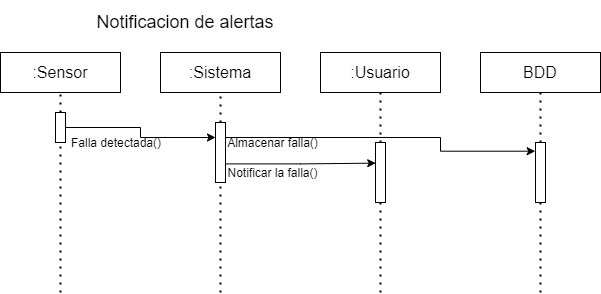
The draw.io diagram img/DiagramaDeSecuencia/IniciarSesion.drawio.png in EduardoCollazoR/AnalisisAvanzDeSoft, before a commit. Source tidied: cells renumbered, new cells last; positions are measured from the earlier drawing's top-left corner, leaving out a move shared by most shapes.
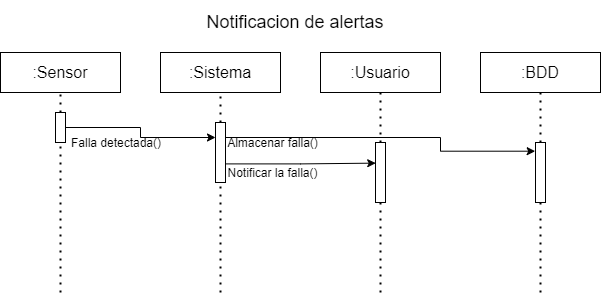
Above is the later version.

Diff of the diagram source:
```diff
@@ -9,7 +9,7 @@
       <mxGeometry x="320" y="50" width="120" height="40" as="geometry" />
     </mxCell>
     <mxCell id="4" value="Notificacion de alertas" style="text;html=1;strokeColor=none;fillColor=none;align=center;verticalAlign=middle;whiteSpace=wrap;rounded=0;fontSize=18;strokeWidth=4;" parent="1" vertex="1">
-      <mxGeometry x="70" width="230" height="40" as="geometry" />
+      <mxGeometry x="180" width="230" height="40" as="geometry" />
     </mxCell>
     <mxCell id="5" style="endArrow=none;dashed=1;html=1;dashPattern=1 3;strokeWidth=2;entryX=0.5;entryY=1;entryDx=0;entryDy=0;" parent="1" edge="1" source="9" target="2">
       <mxGeometry relative="1" as="geometry" />
@@ -62,7 +62,7 @@
     <mxCell id="16" value="Falla detectada()" style="text;html=1;strokeColor=none;fillColor=none;align=center;verticalAlign=middle;whiteSpace=wrap;rounded=0;" parent="1" vertex="1">
       <mxGeometry x="65" y="130" width="102" height="20" as="geometry" />
     </mxCell>
-    <mxCell id="17" value="BDD" style="rounded=0;whiteSpace=wrap;html=1;fontSize=16;" parent="1" vertex="1">
+    <mxCell id="17" value=":BDD" style="rounded=0;whiteSpace=wrap;html=1;fontSize=16;" parent="1" vertex="1">
       <mxGeometry x="480" y="50" width="120" height="40" as="geometry" />
     </mxCell>
     <mxCell id="18" style="rounded=0;whiteSpace=wrap;html=1;" parent="1" vertex="1">
```
